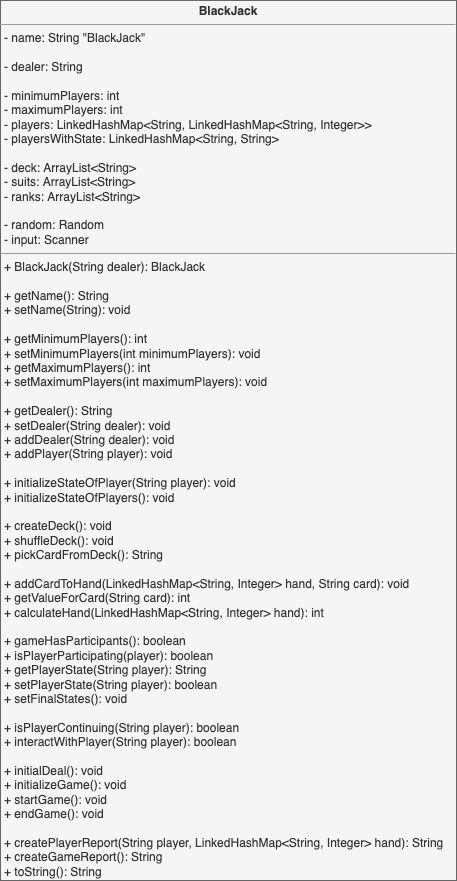
Before: uml-models/step1.png, a diagram exported from draw.io (iham/cardgameapp). Source tidied: cells renumbered, new cells last; positions are measured from the earlier drawing's top-left corner, leaving out a move shared by most shapes. The source it was exported from:
```xml
<mxGraphModel background="#333333" shadow="1">
  <root>
    <mxCell id="0" />
    <mxCell id="1" parent="0" />
    <mxCell id="2" value="&lt;p style=&quot;margin: 0px ; margin-top: 4px ; text-align: center&quot;&gt;&lt;b&gt;BlackJack&lt;/b&gt;&lt;/p&gt;&lt;hr size=&quot;1&quot;&gt;&lt;p style=&quot;margin: 0px ; margin-left: 4px&quot;&gt;- name: String &quot;BlackJack&quot;&lt;/p&gt;&lt;p style=&quot;margin: 0px ; margin-left: 4px&quot;&gt;&lt;br&gt;&lt;/p&gt;&lt;p style=&quot;margin: 0px ; margin-left: 4px&quot;&gt;- dealer: String&lt;/p&gt;&lt;p style=&quot;margin: 0px ; margin-left: 4px&quot;&gt;&lt;br&gt;&lt;/p&gt;&lt;p style=&quot;margin: 0px ; margin-left: 4px&quot;&gt;- minimumPlayers: int&lt;/p&gt;&lt;p style=&quot;margin: 0px ; margin-left: 4px&quot;&gt;- maximumPlayers: int&lt;br&gt;- players: LinkedHashMap&amp;lt;String, Linked&lt;span&gt;HashMap&amp;lt;&lt;/span&gt;&lt;span&gt;String, Integer&amp;gt;&amp;gt;&lt;/span&gt;&lt;/p&gt;&lt;p style=&quot;margin: 0px ; margin-left: 4px&quot;&gt;&lt;span&gt;- playersWithState: LinkedHashMap&amp;lt;String, String&amp;gt;&lt;/span&gt;&lt;/p&gt;&lt;p style=&quot;margin: 0px ; margin-left: 4px&quot;&gt;&lt;br&gt;&lt;/p&gt;&lt;p style=&quot;margin: 0px ; margin-left: 4px&quot;&gt;&lt;span&gt;- deck: ArrayList&amp;lt;String&amp;gt;&lt;/span&gt;&lt;br&gt;&lt;/p&gt;&lt;p style=&quot;margin: 0px ; margin-left: 4px&quot;&gt;- suits: ArrayList&amp;lt;String&amp;gt;&lt;/p&gt;&lt;p style=&quot;margin: 0px ; margin-left: 4px&quot;&gt;- ranks&lt;span&gt;: ArrayList&amp;lt;String&amp;gt;&lt;/span&gt;&lt;/p&gt;&lt;p style=&quot;margin: 0px ; margin-left: 4px&quot;&gt;&lt;br&gt;&lt;/p&gt;&lt;p style=&quot;margin: 0px ; margin-left: 4px&quot;&gt;- random: Random&lt;/p&gt;&lt;p style=&quot;margin: 0px ; margin-left: 4px&quot;&gt;- input: Scanner&lt;/p&gt;&lt;hr size=&quot;1&quot;&gt;&lt;p style=&quot;margin: 0px ; margin-left: 4px&quot;&gt;+ BlackJack(String dealer): BlackJack&lt;span&gt;&lt;br&gt;&lt;/span&gt;&lt;/p&gt;&lt;p style=&quot;margin: 0px ; margin-left: 4px&quot;&gt;&lt;span&gt;&lt;br&gt;&lt;/span&gt;&lt;/p&gt;&lt;p style=&quot;margin: 0px 0px 0px 4px&quot;&gt;+ getName(): String&lt;/p&gt;&lt;p style=&quot;margin: 0px ; margin-left: 4px&quot;&gt;&lt;span&gt;+ setName(String): void&lt;/span&gt;&lt;/p&gt;&lt;p style=&quot;margin: 0px ; margin-left: 4px&quot;&gt;&lt;br&gt;&lt;/p&gt;&lt;p style=&quot;margin: 0px 0px 0px 4px&quot;&gt;+ getMinimumPlayers(): int&lt;br&gt;&lt;/p&gt;&lt;p style=&quot;margin: 0px ; margin-left: 4px&quot;&gt;&lt;span&gt;+ setMinimumPlayers(int minimumPlayers): void&lt;/span&gt;&lt;/p&gt;&lt;p style=&quot;margin: 0px 0px 0px 4px&quot;&gt;+ getMaximumPlayers(): int&lt;br&gt;&lt;/p&gt;&lt;p style=&quot;margin: 0px 0px 0px 4px&quot;&gt;&lt;span&gt;+ setMaximumPlayers(int maximumPlayers): void&lt;/span&gt;&lt;br&gt;&lt;/p&gt;&lt;p style=&quot;margin: 0px 0px 0px 4px&quot;&gt;&lt;br&gt;&lt;/p&gt;&lt;p style=&quot;margin: 0px 0px 0px 4px&quot;&gt;+ getDealer(): String&lt;br&gt;&lt;/p&gt;&lt;p style=&quot;margin: 0px 0px 0px 4px&quot;&gt;+ setDealer(String dealer): void&lt;/p&gt;&lt;p style=&quot;margin: 0px 0px 0px 4px&quot;&gt;&lt;span&gt;+ addDealer(String dealer): void&lt;/span&gt;&lt;br&gt;&lt;/p&gt;&lt;p style=&quot;margin: 0px ; margin-left: 4px&quot;&gt;&lt;span&gt;+ addPlayer(String player): void&lt;/span&gt;&lt;br&gt;&lt;/p&gt;&lt;div&gt;&lt;br&gt;&lt;/div&gt;&lt;div&gt;&lt;p style=&quot;margin: 0px 0px 0px 4px&quot;&gt;&lt;span&gt;+ initializeStateOfPlayer(String player): void&lt;/span&gt;&lt;/p&gt;&lt;p style=&quot;margin: 0px 0px 0px 4px&quot;&gt;+ initializeStateOfPlayers(): void&lt;/p&gt;&lt;p style=&quot;margin: 0px 0px 0px 4px&quot;&gt;&lt;br&gt;&lt;/p&gt;&lt;/div&gt;&lt;p style=&quot;margin: 0px ; margin-left: 4px&quot;&gt;&lt;span&gt;+ createDeck(): void&lt;/span&gt;&lt;br&gt;&lt;/p&gt;&lt;p style=&quot;margin: 0px 0px 0px 4px&quot;&gt;+ shuffleDeck(): void&lt;/p&gt;&lt;p style=&quot;margin: 0px 0px 0px 4px&quot;&gt;&lt;span&gt;+ pickCardFromDeck(): String&lt;/span&gt;&lt;/p&gt;&lt;p style=&quot;margin: 0px 0px 0px 4px&quot;&gt;&lt;span&gt;&lt;br&gt;&lt;/span&gt;&lt;/p&gt;&lt;p style=&quot;margin: 0px 0px 0px 4px&quot;&gt;+&amp;nbsp;addCardToHand(LinkedHashMap&amp;lt;String, Integer&amp;gt; hand, String card): void&lt;/p&gt;&lt;p style=&quot;margin: 0px 0px 0px 4px&quot;&gt;+ getValueForCard(String card): int&lt;br&gt;&lt;/p&gt;&lt;div&gt;&lt;p style=&quot;margin: 0px 0px 0px 4px&quot;&gt;+ calculateHand(LinkedHashMap&amp;lt;String, Integer&amp;gt; hand): int&lt;/p&gt;&lt;/div&gt;&lt;p style=&quot;margin: 0px ; margin-left: 4px&quot;&gt;&lt;br&gt;&lt;/p&gt;&lt;p style=&quot;margin: 0px 0px 0px 4px&quot;&gt;&lt;span&gt;+ gameHasParticipants(): boolean&lt;/span&gt;&lt;br&gt;&lt;/p&gt;&lt;p style=&quot;margin: 0px 0px 0px 4px&quot;&gt;+ isPlayerParticipating(player): boolean&lt;/p&gt;&lt;div&gt;&lt;p style=&quot;margin: 0px 0px 0px 4px&quot;&gt;&lt;span&gt;+ getPlayer&lt;/span&gt;&lt;span&gt;State&lt;/span&gt;&lt;span&gt;(String player): String&lt;/span&gt;&lt;/p&gt;&lt;p style=&quot;margin: 0px 0px 0px 4px&quot;&gt;+ setPlayer&lt;span&gt;State&lt;/span&gt;&lt;span&gt;(String player): boolean&lt;/span&gt;&lt;/p&gt;&lt;p style=&quot;margin: 0px 0px 0px 4px&quot;&gt;&lt;span&gt;+ setFinalStates(): void&lt;/span&gt;&lt;/p&gt;&lt;/div&gt;&lt;div&gt;&lt;br&gt;&lt;/div&gt;&lt;p style=&quot;margin: 0px ; margin-left: 4px&quot;&gt;+ isPlayerContinuing(String player): boolean&lt;/p&gt;&lt;p style=&quot;margin: 0px ; margin-left: 4px&quot;&gt;+ interactWithPlayer(String player): boolean&lt;/p&gt;&lt;p style=&quot;margin: 0px ; margin-left: 4px&quot;&gt;&lt;span&gt;&lt;br&gt;&lt;/span&gt;&lt;/p&gt;&lt;p style=&quot;margin: 0px 0px 0px 4px&quot;&gt;+ initialDeal(): void&lt;/p&gt;&lt;p style=&quot;margin: 0px ; margin-left: 4px&quot;&gt;&lt;span&gt;+ initializeGame(): void&lt;/span&gt;&lt;br&gt;&lt;/p&gt;&lt;p style=&quot;margin: 0px 0px 0px 4px&quot;&gt;+ startGame(): void&lt;/p&gt;&lt;p style=&quot;margin: 0px 0px 0px 4px&quot;&gt;+ endGame(): void&lt;/p&gt;&lt;p style=&quot;margin: 0px 0px 0px 4px&quot;&gt;&lt;br&gt;&lt;/p&gt;&lt;p style=&quot;margin: 0px ; margin-left: 4px&quot;&gt;+ createPlayerReport(String player, LinkedHashMap&amp;lt;String, Integer&amp;gt; hand): String&lt;/p&gt;&lt;p style=&quot;margin: 0px ; margin-left: 4px&quot;&gt;&lt;span&gt;+ createGameReport(): String&lt;/span&gt;&lt;/p&gt;&lt;p style=&quot;margin: 0px ; margin-left: 4px&quot;&gt;&lt;span&gt;+ toString(): String&lt;/span&gt;&lt;br&gt;&lt;/p&gt;" style="verticalAlign=top;align=left;overflow=fill;fontSize=12;fontFamily=Helvetica;html=1;fillColor=#f5f5f5;fontColor=#333333;strokeColor=#666666;" parent="1" vertex="1">
      <mxGeometry width="456" height="880" as="geometry" />
    </mxCell>
  </root>
</mxGraphModel>
```
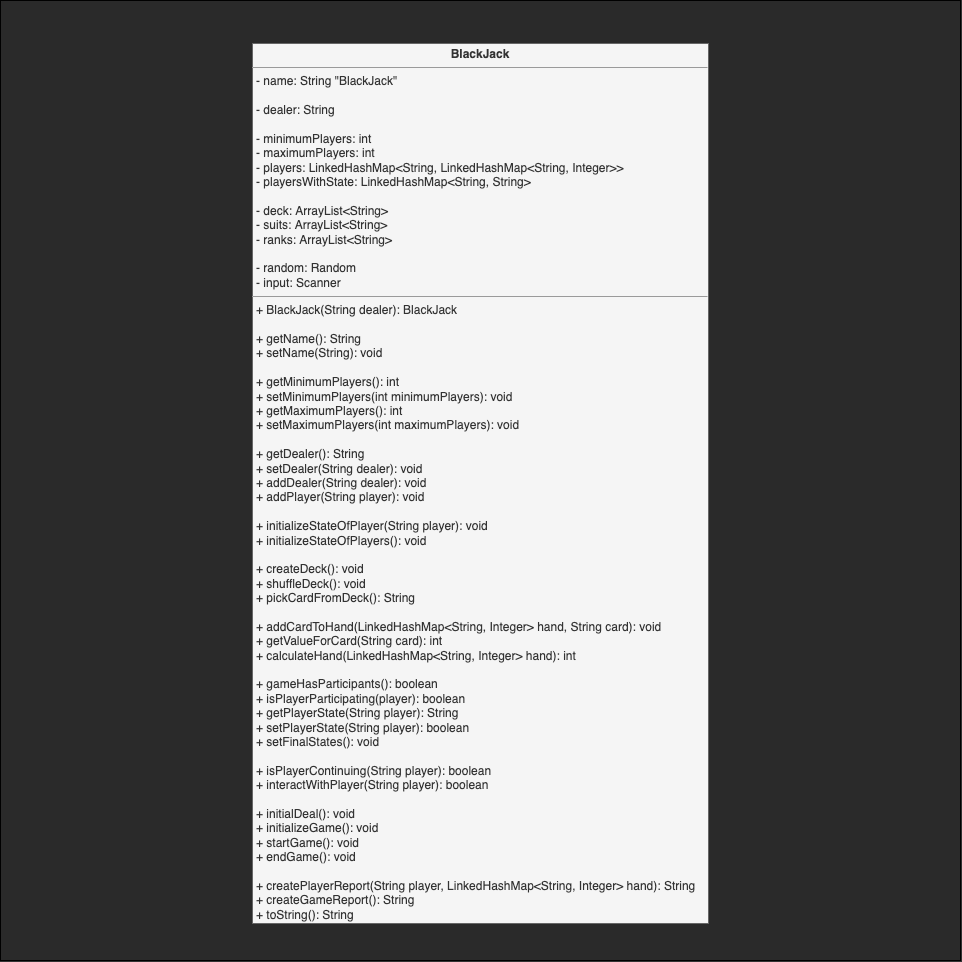
Later version of the same file.

Diff of the diagram source:
```diff
@@ -2,6 +2,9 @@
   <root>
     <mxCell id="0" />
     <mxCell id="1" parent="0" />
+    <mxCell id="3" style="whiteSpace=wrap;html=1;fillColor=#2A2A2A;" parent="1" vertex="1">
+      <mxGeometry x="-252" y="-43" width="960" height="960" as="geometry" />
+    </mxCell>
     <mxCell id="2" value="&lt;p style=&quot;margin: 0px ; margin-top: 4px ; text-align: center&quot;&gt;&lt;b&gt;BlackJack&lt;/b&gt;&lt;/p&gt;&lt;hr size=&quot;1&quot;&gt;&lt;p style=&quot;margin: 0px ; margin-left: 4px&quot;&gt;- name: String &quot;BlackJack&quot;&lt;/p&gt;&lt;p style=&quot;margin: 0px ; margin-left: 4px&quot;&gt;&lt;br&gt;&lt;/p&gt;&lt;p style=&quot;margin: 0px ; margin-left: 4px&quot;&gt;- dealer: String&lt;/p&gt;&lt;p style=&quot;margin: 0px ; margin-left: 4px&quot;&gt;&lt;br&gt;&lt;/p&gt;&lt;p style=&quot;margin: 0px ; margin-left: 4px&quot;&gt;- minimumPlayers: int&lt;/p&gt;&lt;p style=&quot;margin: 0px ; margin-left: 4px&quot;&gt;- maximumPlayers: int&lt;br&gt;- players: LinkedHashMap&amp;lt;String, Linked&lt;span&gt;HashMap&amp;lt;&lt;/span&gt;&lt;span&gt;String, Integer&amp;gt;&amp;gt;&lt;/span&gt;&lt;/p&gt;&lt;p style=&quot;margin: 0px ; margin-left: 4px&quot;&gt;&lt;span&gt;- playersWithState: LinkedHashMap&amp;lt;String, String&amp;gt;&lt;/span&gt;&lt;/p&gt;&lt;p style=&quot;margin: 0px ; margin-left: 4px&quot;&gt;&lt;br&gt;&lt;/p&gt;&lt;p style=&quot;margin: 0px ; margin-left: 4px&quot;&gt;&lt;span&gt;- deck: ArrayList&amp;lt;String&amp;gt;&lt;/span&gt;&lt;br&gt;&lt;/p&gt;&lt;p style=&quot;margin: 0px ; margin-left: 4px&quot;&gt;- suits: ArrayList&amp;lt;String&amp;gt;&lt;/p&gt;&lt;p style=&quot;margin: 0px ; margin-left: 4px&quot;&gt;- ranks&lt;span&gt;: ArrayList&amp;lt;String&amp;gt;&lt;/span&gt;&lt;/p&gt;&lt;p style=&quot;margin: 0px ; margin-left: 4px&quot;&gt;&lt;br&gt;&lt;/p&gt;&lt;p style=&quot;margin: 0px ; margin-left: 4px&quot;&gt;- random: Random&lt;/p&gt;&lt;p style=&quot;margin: 0px ; margin-left: 4px&quot;&gt;- input: Scanner&lt;/p&gt;&lt;hr size=&quot;1&quot;&gt;&lt;p style=&quot;margin: 0px ; margin-left: 4px&quot;&gt;+ BlackJack(String dealer): BlackJack&lt;span&gt;&lt;br&gt;&lt;/span&gt;&lt;/p&gt;&lt;p style=&quot;margin: 0px ; margin-left: 4px&quot;&gt;&lt;span&gt;&lt;br&gt;&lt;/span&gt;&lt;/p&gt;&lt;p style=&quot;margin: 0px 0px 0px 4px&quot;&gt;+ getName(): String&lt;/p&gt;&lt;p style=&quot;margin: 0px ; margin-left: 4px&quot;&gt;&lt;span&gt;+ setName(String): void&lt;/span&gt;&lt;/p&gt;&lt;p style=&quot;margin: 0px ; margin-left: 4px&quot;&gt;&lt;br&gt;&lt;/p&gt;&lt;p style=&quot;margin: 0px 0px 0px 4px&quot;&gt;+ getMinimumPlayers(): int&lt;br&gt;&lt;/p&gt;&lt;p style=&quot;margin: 0px ; margin-left: 4px&quot;&gt;&lt;span&gt;+ setMinimumPlayers(int minimumPlayers): void&lt;/span&gt;&lt;/p&gt;&lt;p style=&quot;margin: 0px 0px 0px 4px&quot;&gt;+ getMaximumPlayers(): int&lt;br&gt;&lt;/p&gt;&lt;p style=&quot;margin: 0px 0px 0px 4px&quot;&gt;&lt;span&gt;+ setMaximumPlayers(int maximumPlayers): void&lt;/span&gt;&lt;br&gt;&lt;/p&gt;&lt;p style=&quot;margin: 0px 0px 0px 4px&quot;&gt;&lt;br&gt;&lt;/p&gt;&lt;p style=&quot;margin: 0px 0px 0px 4px&quot;&gt;+ getDealer(): String&lt;br&gt;&lt;/p&gt;&lt;p style=&quot;margin: 0px 0px 0px 4px&quot;&gt;+ setDealer(String dealer): void&lt;/p&gt;&lt;p style=&quot;margin: 0px 0px 0px 4px&quot;&gt;&lt;span&gt;+ addDealer(String dealer): void&lt;/span&gt;&lt;br&gt;&lt;/p&gt;&lt;p style=&quot;margin: 0px ; margin-left: 4px&quot;&gt;&lt;span&gt;+ addPlayer(String player): void&lt;/span&gt;&lt;br&gt;&lt;/p&gt;&lt;div&gt;&lt;br&gt;&lt;/div&gt;&lt;div&gt;&lt;p style=&quot;margin: 0px 0px 0px 4px&quot;&gt;&lt;span&gt;+ initializeStateOfPlayer(String player): void&lt;/span&gt;&lt;/p&gt;&lt;p style=&quot;margin: 0px 0px 0px 4px&quot;&gt;+ initializeStateOfPlayers(): void&lt;/p&gt;&lt;p style=&quot;margin: 0px 0px 0px 4px&quot;&gt;&lt;br&gt;&lt;/p&gt;&lt;/div&gt;&lt;p style=&quot;margin: 0px ; margin-left: 4px&quot;&gt;&lt;span&gt;+ createDeck(): void&lt;/span&gt;&lt;br&gt;&lt;/p&gt;&lt;p style=&quot;margin: 0px 0px 0px 4px&quot;&gt;+ shuffleDeck(): void&lt;/p&gt;&lt;p style=&quot;margin: 0px 0px 0px 4px&quot;&gt;&lt;span&gt;+ pickCardFromDeck(): String&lt;/span&gt;&lt;/p&gt;&lt;p style=&quot;margin: 0px 0px 0px 4px&quot;&gt;&lt;span&gt;&lt;br&gt;&lt;/span&gt;&lt;/p&gt;&lt;p style=&quot;margin: 0px 0px 0px 4px&quot;&gt;+&amp;nbsp;addCardToHand(LinkedHashMap&amp;lt;String, Integer&amp;gt; hand, String card): void&lt;/p&gt;&lt;p style=&quot;margin: 0px 0px 0px 4px&quot;&gt;+ getValueForCard(String card): int&lt;br&gt;&lt;/p&gt;&lt;div&gt;&lt;p style=&quot;margin: 0px 0px 0px 4px&quot;&gt;+ calculateHand(LinkedHashMap&amp;lt;String, Integer&amp;gt; hand): int&lt;/p&gt;&lt;/div&gt;&lt;p style=&quot;margin: 0px ; margin-left: 4px&quot;&gt;&lt;br&gt;&lt;/p&gt;&lt;p style=&quot;margin: 0px 0px 0px 4px&quot;&gt;&lt;span&gt;+ gameHasParticipants(): boolean&lt;/span&gt;&lt;br&gt;&lt;/p&gt;&lt;p style=&quot;margin: 0px 0px 0px 4px&quot;&gt;+ isPlayerParticipating(player): boolean&lt;/p&gt;&lt;div&gt;&lt;p style=&quot;margin: 0px 0px 0px 4px&quot;&gt;&lt;span&gt;+ getPlayer&lt;/span&gt;&lt;span&gt;State&lt;/span&gt;&lt;span&gt;(String player): String&lt;/span&gt;&lt;/p&gt;&lt;p style=&quot;margin: 0px 0px 0px 4px&quot;&gt;+ setPlayer&lt;span&gt;State&lt;/span&gt;&lt;span&gt;(String player): boolean&lt;/span&gt;&lt;/p&gt;&lt;p style=&quot;margin: 0px 0px 0px 4px&quot;&gt;&lt;span&gt;+ setFinalStates(): void&lt;/span&gt;&lt;/p&gt;&lt;/div&gt;&lt;div&gt;&lt;br&gt;&lt;/div&gt;&lt;p style=&quot;margin: 0px ; margin-left: 4px&quot;&gt;+ isPlayerContinuing(String player): boolean&lt;/p&gt;&lt;p style=&quot;margin: 0px ; margin-left: 4px&quot;&gt;+ interactWithPlayer(String player): boolean&lt;/p&gt;&lt;p style=&quot;margin: 0px ; margin-left: 4px&quot;&gt;&lt;span&gt;&lt;br&gt;&lt;/span&gt;&lt;/p&gt;&lt;p style=&quot;margin: 0px 0px 0px 4px&quot;&gt;+ initialDeal(): void&lt;/p&gt;&lt;p style=&quot;margin: 0px ; margin-left: 4px&quot;&gt;&lt;span&gt;+ initializeGame(): void&lt;/span&gt;&lt;br&gt;&lt;/p&gt;&lt;p style=&quot;margin: 0px 0px 0px 4px&quot;&gt;+ startGame(): void&lt;/p&gt;&lt;p style=&quot;margin: 0px 0px 0px 4px&quot;&gt;+ endGame(): void&lt;/p&gt;&lt;p style=&quot;margin: 0px 0px 0px 4px&quot;&gt;&lt;br&gt;&lt;/p&gt;&lt;p style=&quot;margin: 0px ; margin-left: 4px&quot;&gt;+ createPlayerReport(String player, LinkedHashMap&amp;lt;String, Integer&amp;gt; hand): String&lt;/p&gt;&lt;p style=&quot;margin: 0px ; margin-left: 4px&quot;&gt;&lt;span&gt;+ createGameReport(): String&lt;/span&gt;&lt;/p&gt;&lt;p style=&quot;margin: 0px ; margin-left: 4px&quot;&gt;&lt;span&gt;+ toString(): String&lt;/span&gt;&lt;br&gt;&lt;/p&gt;" style="verticalAlign=top;align=left;overflow=fill;fontSize=12;fontFamily=Helvetica;html=1;fillColor=#f5f5f5;fontColor=#333333;strokeColor=#666666;" parent="1" vertex="1">
       <mxGeometry width="456" height="880" as="geometry" />
     </mxCell>
```
